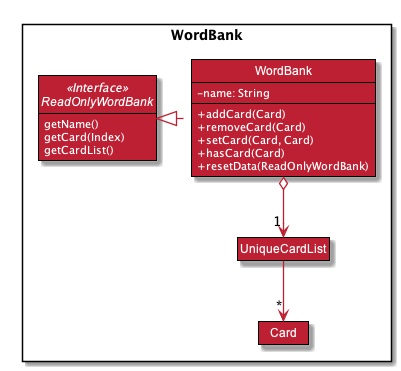
Before: docs/images/WordBankDiagram.png, a diagram exported from PlantUML (nus-cs2103-AY1920S1/addressbook-level3).
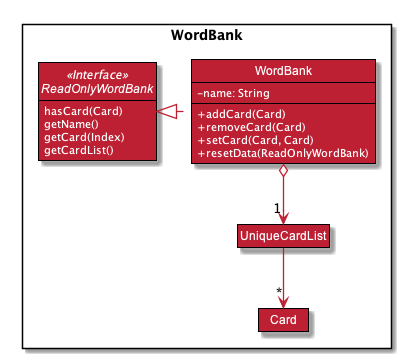
The same diagram one commit later.

Diff of the diagram source:
```diff
@@ -1,4 +1,6 @@
 @startuml
+
+
 
 
 
@@ -62,6 +64,7 @@
 
 Package WordBank <<Rectangle>>{
 Interface ReadOnlyWordBank <<Interface>> {
+hasCard(Card)
 getName()
 getCard(Index)
 getCardList()
@@ -72,7 +75,6 @@
    +addCard(Card)
    +removeCard(Card)
    +setCard(Card, Card)
-   +hasCard(Card)
    +resetData(ReadOnlyWordBank)
 }
 Class UniqueCardList
```
